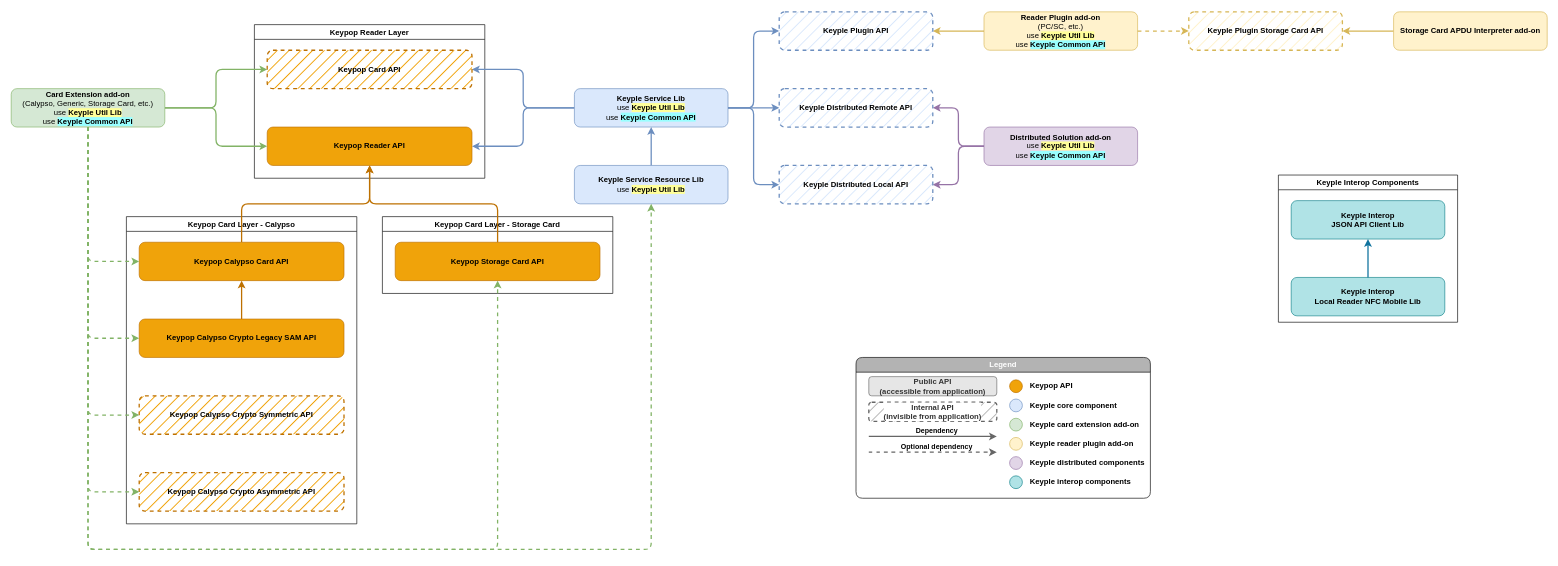
Before: static/media/learn/developer-guide/component-dependencies/component_dependencies_overview.drawio in eclipse-keyple/keyple-website, a draw.io diagram. Source tidied: cells renumbered, new cells numbered last; positions are measured from the earlier drawing's top-left corner, leaving out a move shared by most shapes. Both pictures are drawn from the tidied source at 64%, with x=0, y=0 at pixel (11, 12).
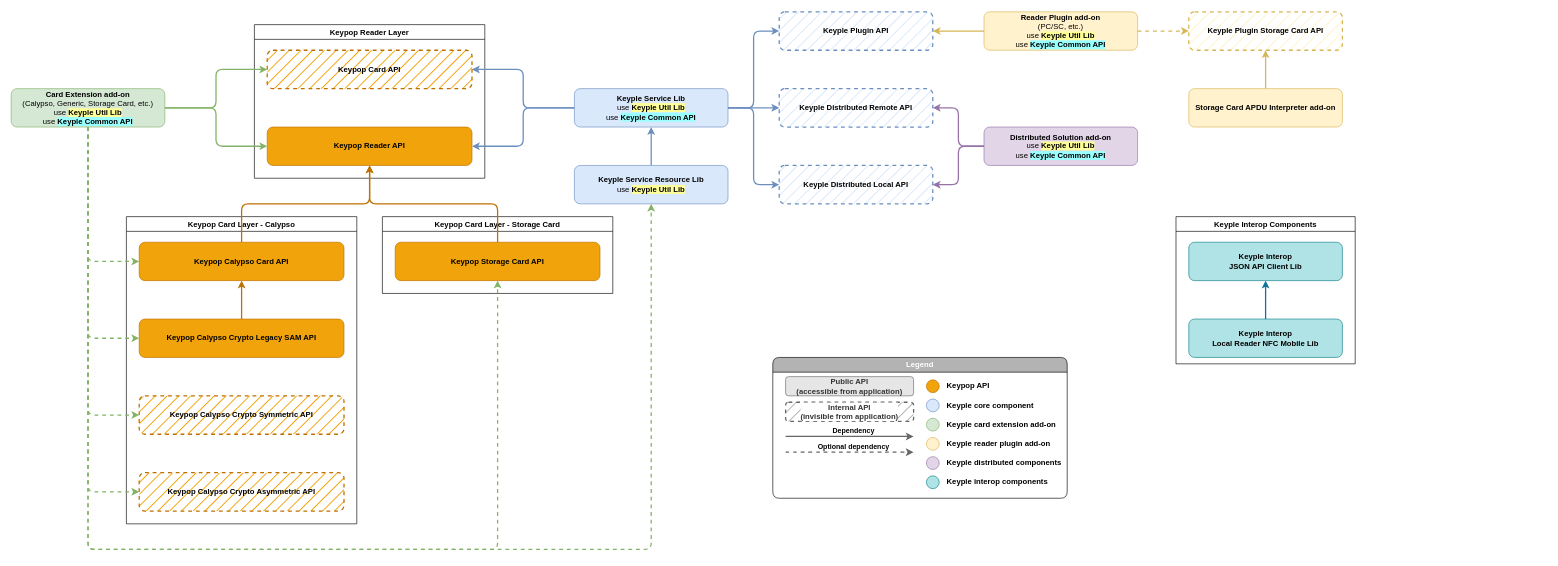
After the change.

Commit message (it also covers changes not shown here):
docs: update components diagram (#266)

The change refers to these unchanged cells:
```xml
<mxCell id="55" value="Keyple Plugin Storage Card API" style="rounded=1;whiteSpace=wrap;html=1;fillColor=#fff2cc;strokeColor=#d6b656;fontStyle=1;dashed=1;fillStyle=hatch;glass=0;shadow=0;perimeterSpacing=0;strokeWidth=2;" parent="1" vertex="1">
  <mxGeometry x="1840" width="240" height="60" as="geometry" />
</mxCell>
```

Change to the diagram source:
```diff
@@
     <mxCell id="20" value="Legend" style="swimlane;whiteSpace=wrap;html=1;shadow=0;glass=0;labelBackgroundColor=#B3B3B3;fillStyle=auto;strokeWidth=1;fillColor=#B3B3B3;gradientColor=none;rounded=1;swimlaneFillColor=none;swimlaneLine=1;fontColor=#FFFFFF;" parent="1" vertex="1">
-      <mxGeometry x="1320" y="540" width="460" height="220" as="geometry" />
+      <mxGeometry x="1190" y="540" width="460" height="220" as="geometry" />
     </mxCell>
@@
-    <mxCell id="56" style="edgeStyle=orthogonalEdgeStyle;rounded=0;jettySize=auto;html=1;entryX=1;entryY=0.5;entryDx=0;entryDy=0;strokeWidth=2;exitX=0;exitY=0.5;exitDx=0;exitDy=0;fillColor=#fff2cc;strokeColor=#d6b656;" parent="1" edge="1" source="57" target="55">
+    <mxCell id="56" style="edgeStyle=orthogonalEdgeStyle;rounded=0;jettySize=auto;html=1;entryX=0.5;entryY=1;entryDx=0;entryDy=0;strokeWidth=2;exitX=0.5;exitY=0;exitDx=0;exitDy=0;fillColor=#fff2cc;strokeColor=#d6b656;" parent="1" edge="1" source="57" target="55">
       <mxGeometry relative="1" as="geometry" />
     </mxCell>
     <mxCell id="57" value="&lt;b&gt;Storage Card APDU Interpreter add-on&lt;br&gt;&lt;/b&gt;" style="rounded=1;whiteSpace=wrap;html=1;fillColor=#fff2cc;strokeColor=#d6b656;fontStyle=0;" parent="1" vertex="1">
-      <mxGeometry x="2160" width="240" height="60" as="geometry" />
+      <mxGeometry x="1840" y="120" width="240" height="60" as="geometry" />
     </mxCell>
@@
     <mxCell id="59" value="Keyple Interop Components" style="swimlane;whiteSpace=wrap;html=1;" parent="1" vertex="1">
-      <mxGeometry x="1980" y="255" width="280" height="230" as="geometry" />
+      <mxGeometry x="1820" y="320" width="280" height="230" as="geometry" />
     </mxCell>
```
